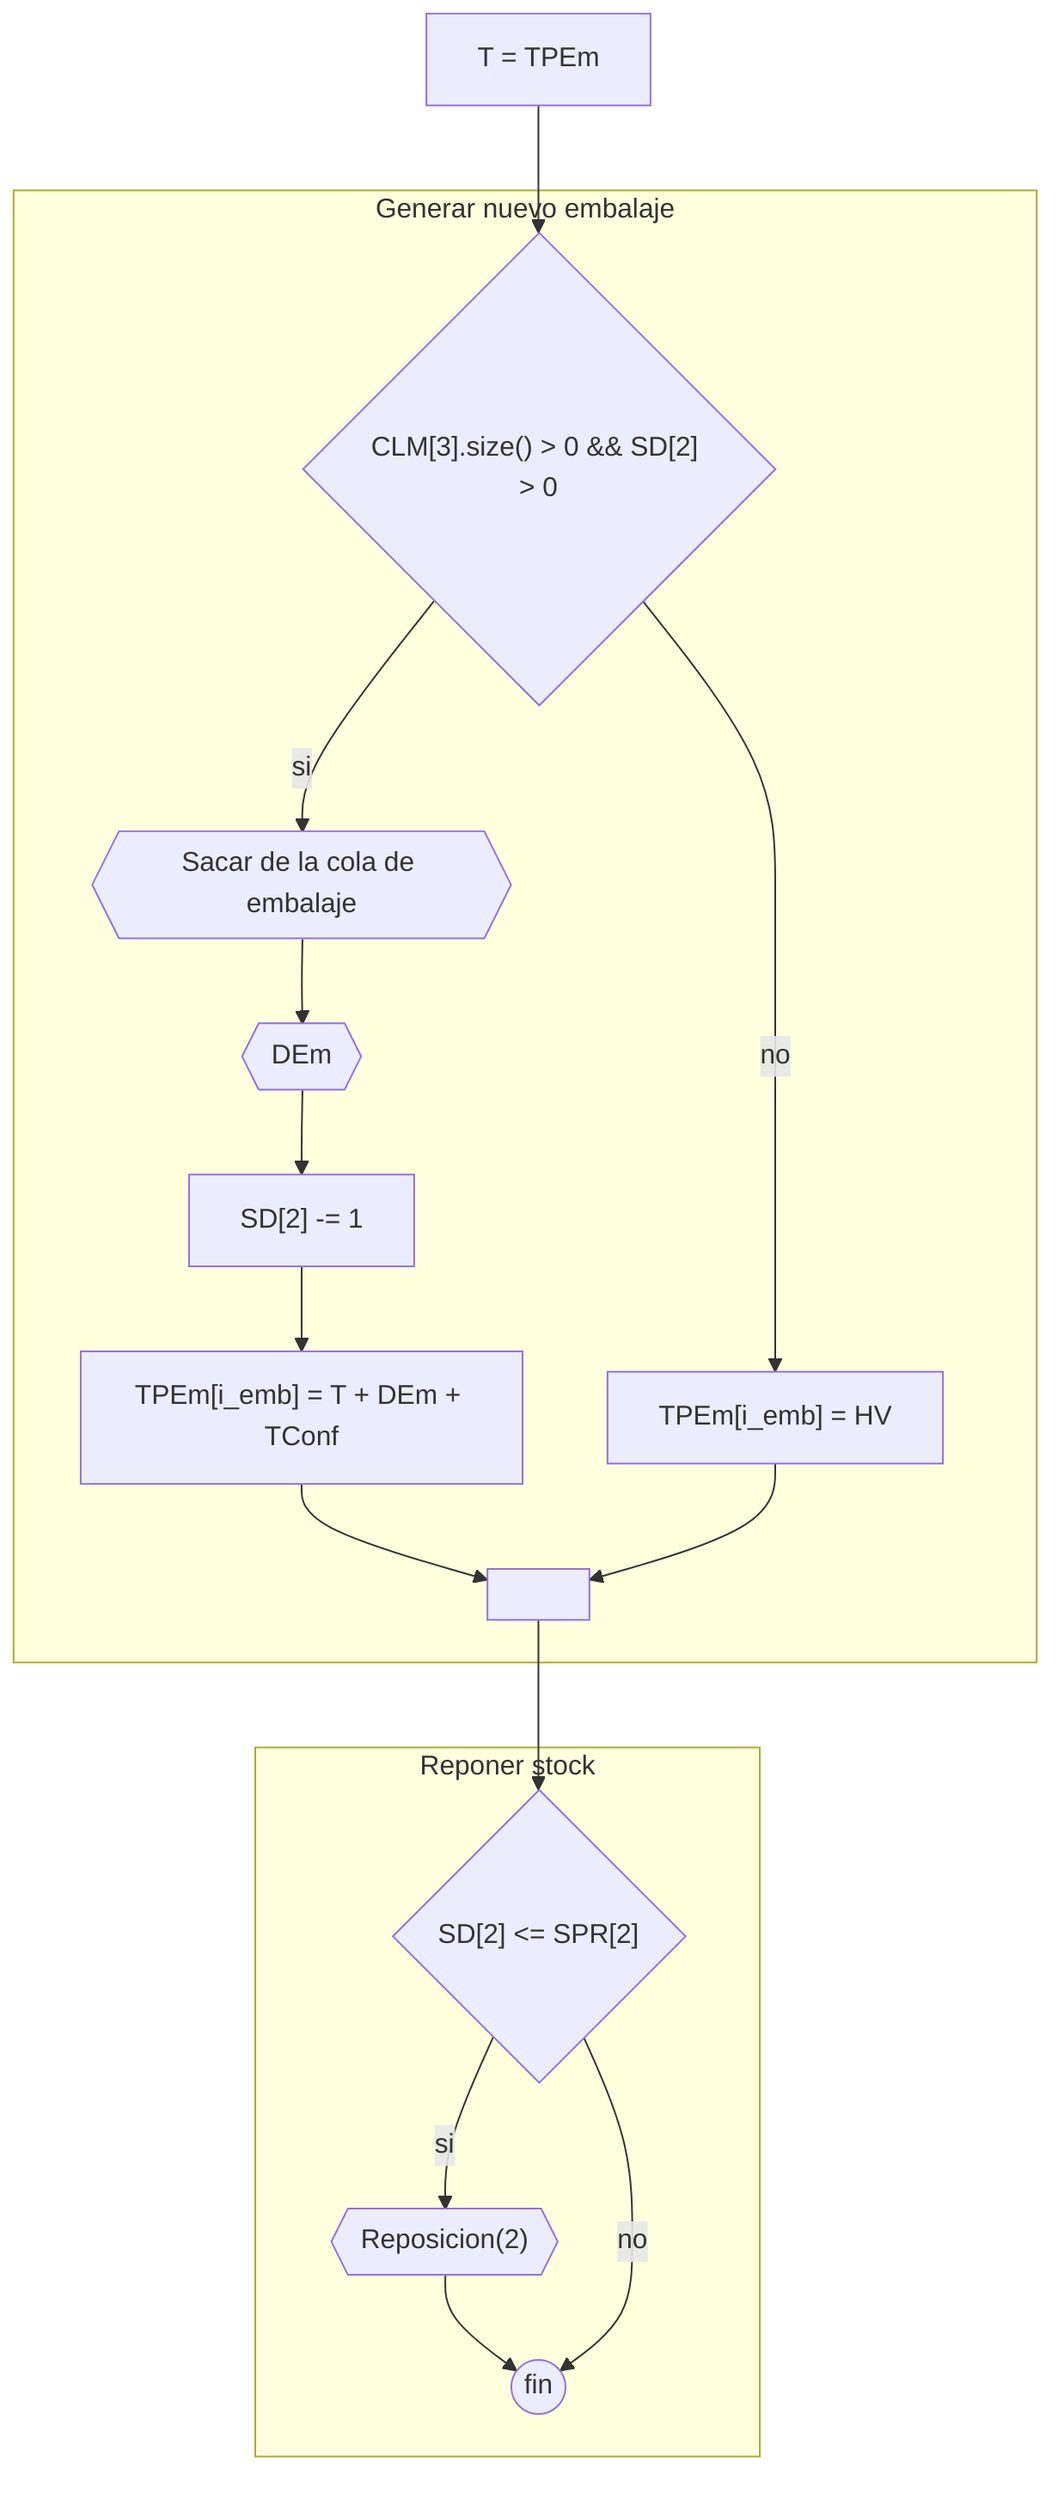
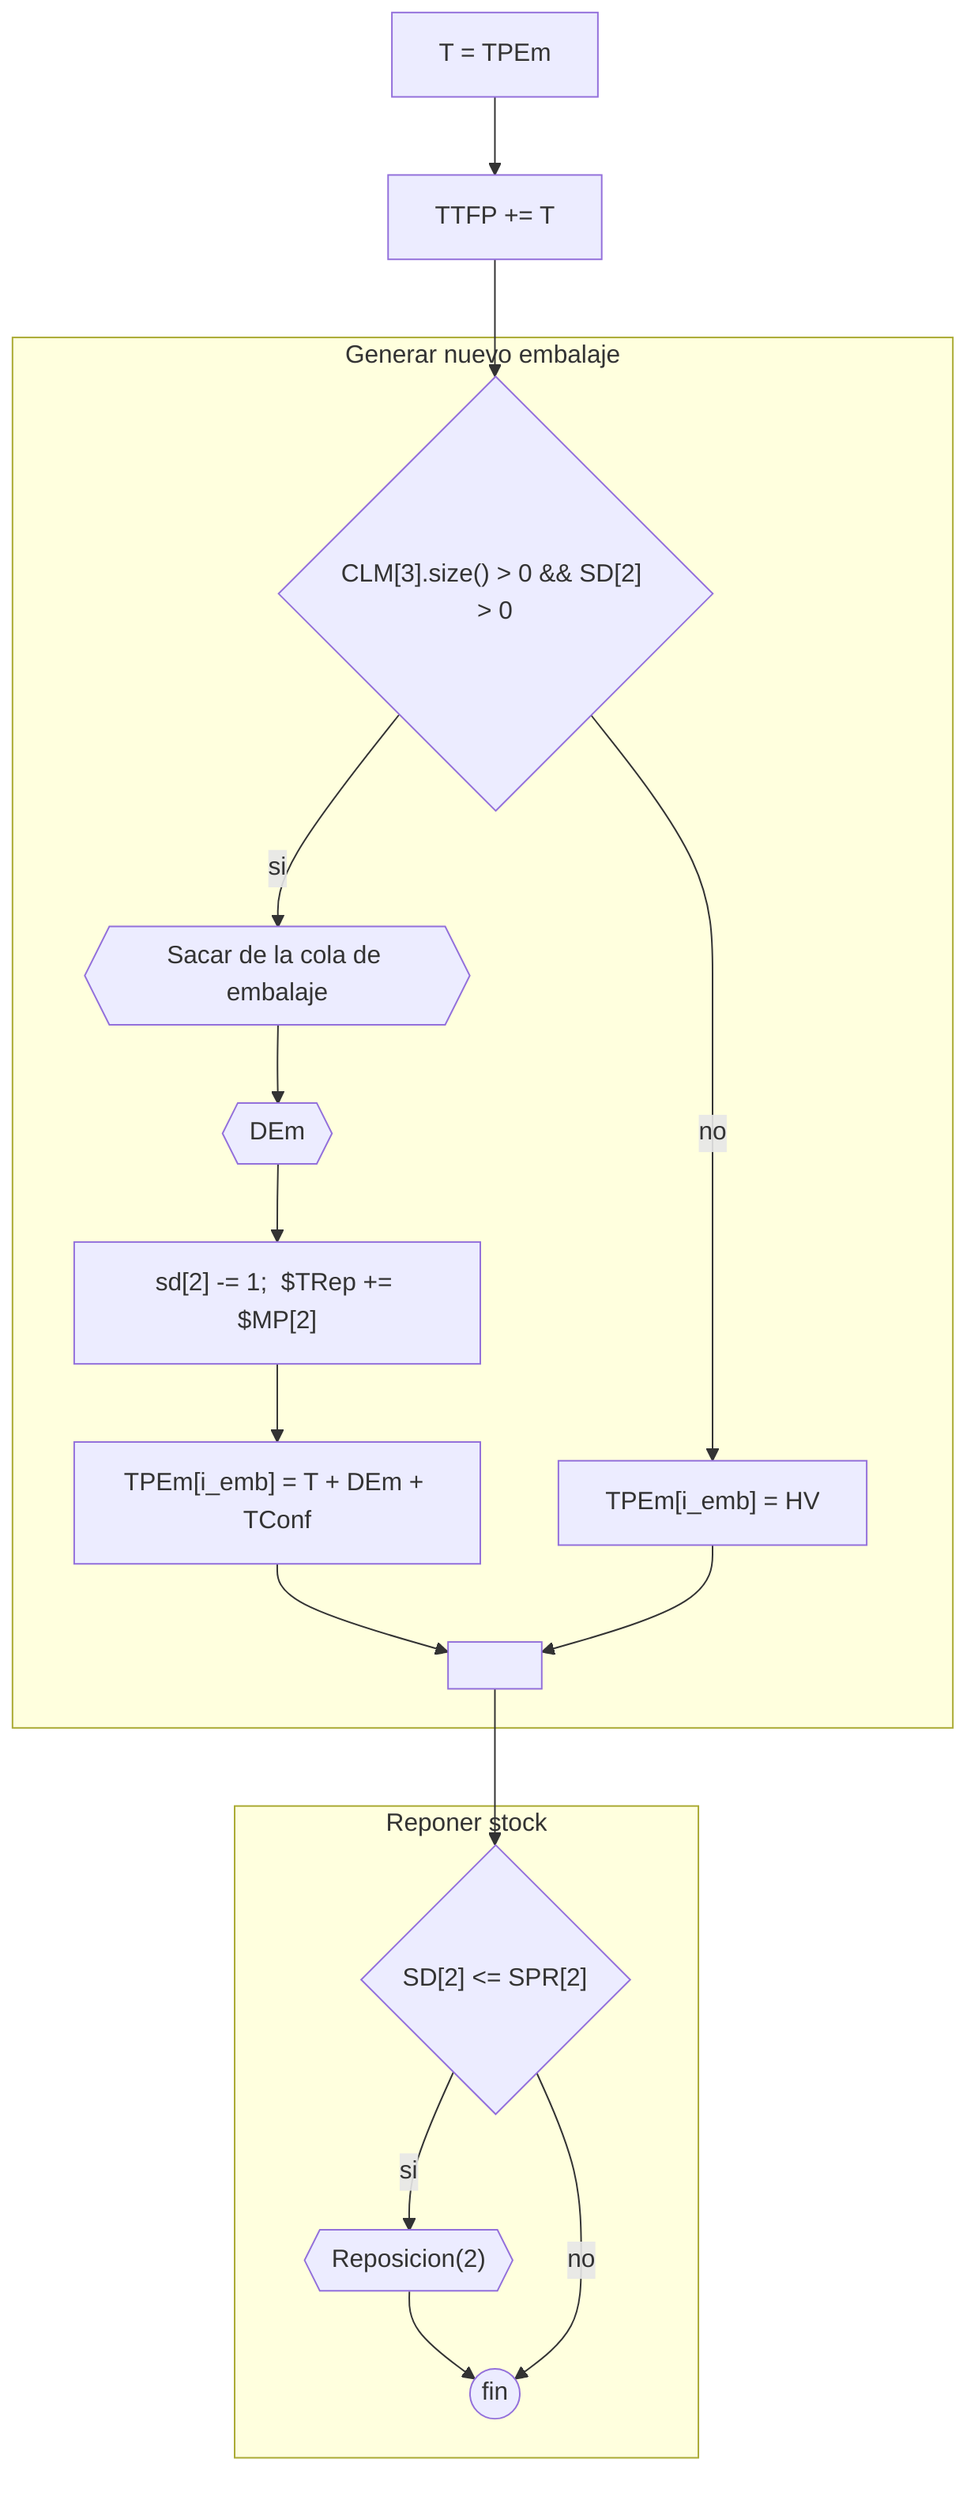
flowchart TD
    direction TD

-     a[T = TPEm] --> if{"CLM[3].size() > 0 && SD[2] > 0"}
+     a[T = TPEm] -->a1["TTFP += T"] -->if{"CLM[3].size() > 0 && SD[2] > 0"}
    subgraph Generar nuevo embalaje
-     if --> |si| e{{"Sacar de la cola de embalaje"}} --> s{{DEm}} --> s2["SD[2] -= 1"] --> b["TPEm[i_emb] = T + DEm + TConf"] --> l
+     if --> |si| e{{"Sacar de la cola de embalaje"}} --> s{{DEm}} --> s2["sd[2] -= 1;  $TRep += $MP[2]"] --> b["TPEm[i_emb] = T + DEm + TConf"] --> l
    if --> |no| zz["TPEm[i_emb] = HV"] --> l[" "]
    end
    subgraph Reponer stock
    l --> if3{"SD[2] <= SPR[2]"}
    if3 --> |si| r{{"Reposicion(2)"}} --> fin((fin))
    if3 --> |no| fin
    end
